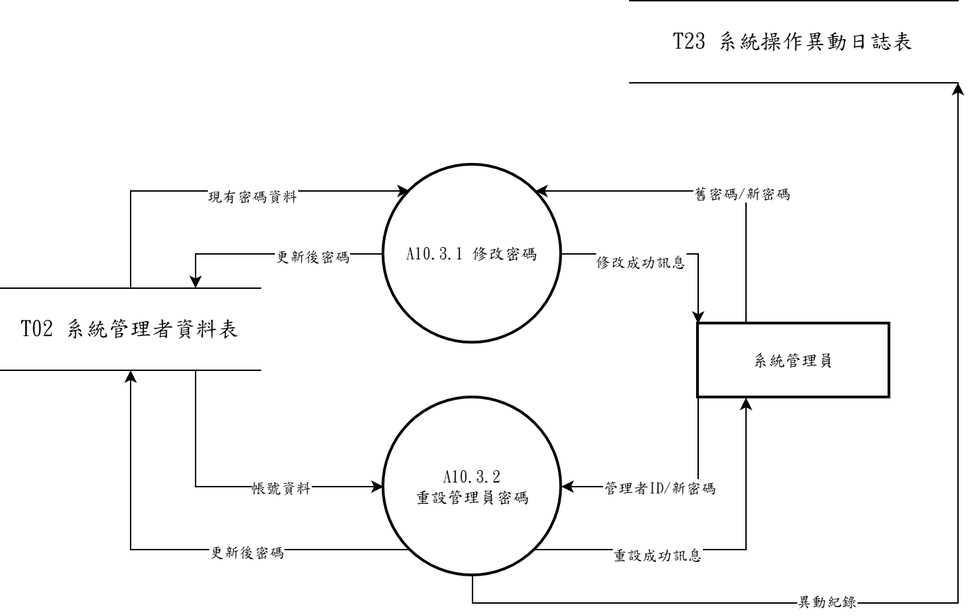
Before: 系統文件/第6章/DFD圖/圖10/新/圖10.3.drawio.png, a diagram exported from draw.io (s22452007/115502). Source tidied: cells renumbered, new cells last; positions are measured from the earlier drawing's top-left corner, leaving out a move shared by most shapes. The source it was exported from:
```xml
<mxGraphModel>
  <root>
    <mxCell id="0" />
    <mxCell id="1" parent="0" />
    <mxCell id="2" style="edgeStyle=orthogonalEdgeStyle;rounded=0;jettySize=auto;html=1;exitX=1;exitY=0.5;exitDx=0;exitDy=0;entryX=0;entryY=0;entryDx=0;entryDy=0;fontFamily=標楷體;" parent="1" edge="1" source="6" target="11">
      <mxGeometry relative="1" as="geometry" />
    </mxCell>
    <mxCell id="3" value="修改成功訊息" style="edgeLabel;html=1;align=center;verticalAlign=middle;fontFamily=標楷體;" parent="2" vertex="1">
      <mxGeometry x="-0.24" y="-5" relative="1" as="geometry" />
    </mxCell>
    <mxCell id="4" style="edgeStyle=orthogonalEdgeStyle;rounded=0;jettySize=auto;html=1;exitX=0;exitY=0.5;exitDx=0;exitDy=0;entryX=0.75;entryY=0;entryDx=0;entryDy=0;fontFamily=標楷體;" parent="1" edge="1" source="6" target="19">
      <mxGeometry relative="1" as="geometry" />
    </mxCell>
    <mxCell id="5" value="更新後密碼" style="edgeLabel;html=1;align=center;verticalAlign=middle;fontFamily=標楷體;" parent="4" vertex="1">
      <mxGeometry x="-0.35" y="1" relative="1" as="geometry" />
    </mxCell>
    <mxCell id="6" value="A10.3.1 修改密碼" style="ellipse;strokeWidth=2;whiteSpace=wrap;fontFamily=標楷體;" parent="1" vertex="1">
      <mxGeometry x="280" y="120" width="130" height="130" as="geometry" />
    </mxCell>
    <mxCell id="7" style="edgeStyle=orthogonalEdgeStyle;rounded=0;jettySize=auto;html=1;exitX=0.25;exitY=0;exitDx=0;exitDy=0;entryX=1;entryY=0;entryDx=0;entryDy=0;fontFamily=標楷體;" parent="1" edge="1" source="11" target="6">
      <mxGeometry relative="1" as="geometry" />
    </mxCell>
    <mxCell id="8" value="舊密碼/新密碼" style="edgeLabel;html=1;align=center;verticalAlign=middle;fontFamily=標楷體;" parent="7" vertex="1">
      <mxGeometry x="-0.2" y="1" relative="1" as="geometry" />
    </mxCell>
    <mxCell id="9" style="edgeStyle=orthogonalEdgeStyle;rounded=0;jettySize=auto;html=1;exitX=0;exitY=1;exitDx=0;exitDy=0;entryX=1;entryY=0.5;entryDx=0;entryDy=0;fontFamily=標楷體;" parent="1" edge="1" source="11" target="24">
      <mxGeometry relative="1" as="geometry" />
    </mxCell>
    <mxCell id="10" value="管理者ID/新密碼" style="edgeLabel;html=1;align=center;verticalAlign=middle;fontFamily=標楷體;" parent="9" vertex="1">
      <mxGeometry x="0.15" relative="1" as="geometry">
        <mxPoint x="1" as="offset" />
      </mxGeometry>
    </mxCell>
    <mxCell id="11" value="系統管理員" style="whiteSpace=wrap;strokeWidth=2;fontFamily=標楷體;" parent="1" vertex="1">
      <mxGeometry x="510" y="236" width="140" height="54" as="geometry" />
    </mxCell>
    <mxCell id="12" style="edgeStyle=orthogonalEdgeStyle;rounded=0;jettySize=auto;html=1;entryX=1;entryY=1;entryDx=0;entryDy=0;exitX=0.5;exitY=1;exitDx=0;exitDy=0;fontFamily=標楷體;" parent="1" edge="1" source="24" target="14">
      <mxGeometry relative="1" as="geometry" />
    </mxCell>
    <mxCell id="13" value="異動紀錄" style="edgeLabel;html=1;align=center;verticalAlign=middle;fontFamily=標楷體;" parent="12" vertex="1">
      <mxGeometry x="-0.26" y="2" relative="1" as="geometry" />
    </mxCell>
    <mxCell id="14" value="&lt;span lang=&quot;EN-US&quot; style=&quot;font-size: 12pt;&quot;&gt;T23&amp;nbsp;&lt;/span&gt;&lt;span style=&quot;font-size: 12pt;&quot;&gt;系統操作異動日誌表&lt;/span&gt;" style="shape=partialRectangle;whiteSpace=wrap;html=1;left=0;right=0;fontFamily=標楷體;" parent="1" vertex="1">
      <mxGeometry x="460" width="240" height="60" as="geometry" />
    </mxCell>
    <mxCell id="15" style="edgeStyle=orthogonalEdgeStyle;rounded=0;jettySize=auto;html=1;exitX=0.5;exitY=0;exitDx=0;exitDy=0;entryX=0;entryY=0;entryDx=0;entryDy=0;fontFamily=標楷體;" parent="1" edge="1" source="19" target="6">
      <mxGeometry relative="1" as="geometry" />
    </mxCell>
    <mxCell id="16" value="現有密碼資料" style="edgeLabel;html=1;align=center;verticalAlign=middle;fontFamily=標楷體;" parent="15" vertex="1">
      <mxGeometry x="0.36" y="-3" relative="1" as="geometry">
        <mxPoint x="-27" as="offset" />
      </mxGeometry>
    </mxCell>
    <mxCell id="17" style="edgeStyle=orthogonalEdgeStyle;rounded=0;jettySize=auto;html=1;exitX=0.75;exitY=1;exitDx=0;exitDy=0;entryX=0;entryY=0.5;entryDx=0;entryDy=0;fontFamily=標楷體;" parent="1" edge="1" source="19" target="24">
      <mxGeometry relative="1" as="geometry" />
    </mxCell>
    <mxCell id="18" value="帳號資料" style="edgeLabel;html=1;align=center;verticalAlign=middle;fontFamily=標楷體;" parent="17" vertex="1">
      <mxGeometry x="0.32" relative="1" as="geometry" />
    </mxCell>
    <mxCell id="19" value="&lt;span lang=&quot;EN-US&quot; style=&quot;font-size: 12pt;&quot;&gt;T02&amp;nbsp;&lt;/span&gt;&lt;span style=&quot;font-size: 12pt;&quot;&gt;系統管理者資料表&lt;/span&gt;" style="shape=partialRectangle;whiteSpace=wrap;html=1;left=0;right=0;fontFamily=標楷體;" parent="1" vertex="1">
      <mxGeometry y="210" width="190" height="60" as="geometry" />
    </mxCell>
    <mxCell id="20" style="edgeStyle=orthogonalEdgeStyle;rounded=0;jettySize=auto;html=1;exitX=1;exitY=1;exitDx=0;exitDy=0;entryX=0.25;entryY=1;entryDx=0;entryDy=0;fontFamily=標楷體;" parent="1" edge="1" source="24" target="11">
      <mxGeometry relative="1" as="geometry" />
    </mxCell>
    <mxCell id="21" value="重設成功訊息" style="edgeLabel;html=1;align=center;verticalAlign=middle;fontFamily=標楷體;" parent="20" vertex="1">
      <mxGeometry x="-0.33" y="-4" relative="1" as="geometry" />
    </mxCell>
    <mxCell id="22" style="edgeStyle=orthogonalEdgeStyle;rounded=0;jettySize=auto;html=1;exitX=0;exitY=1;exitDx=0;exitDy=0;entryX=0.5;entryY=1;entryDx=0;entryDy=0;fontFamily=標楷體;" parent="1" edge="1" source="24" target="19">
      <mxGeometry relative="1" as="geometry" />
    </mxCell>
    <mxCell id="23" value="更新後密碼" style="edgeLabel;html=1;align=center;verticalAlign=middle;fontFamily=標楷體;" parent="22" vertex="1">
      <mxGeometry x="-0.29" y="2" relative="1" as="geometry">
        <mxPoint x="-1" as="offset" />
      </mxGeometry>
    </mxCell>
    <mxCell id="24" value="A10.3.2&#10;重設管理員密碼" style="ellipse;strokeWidth=2;whiteSpace=wrap;fontFamily=標楷體;" parent="1" vertex="1">
      <mxGeometry x="280" y="290" width="130" height="130" as="geometry" />
    </mxCell>
  </root>
</mxGraphModel>
```
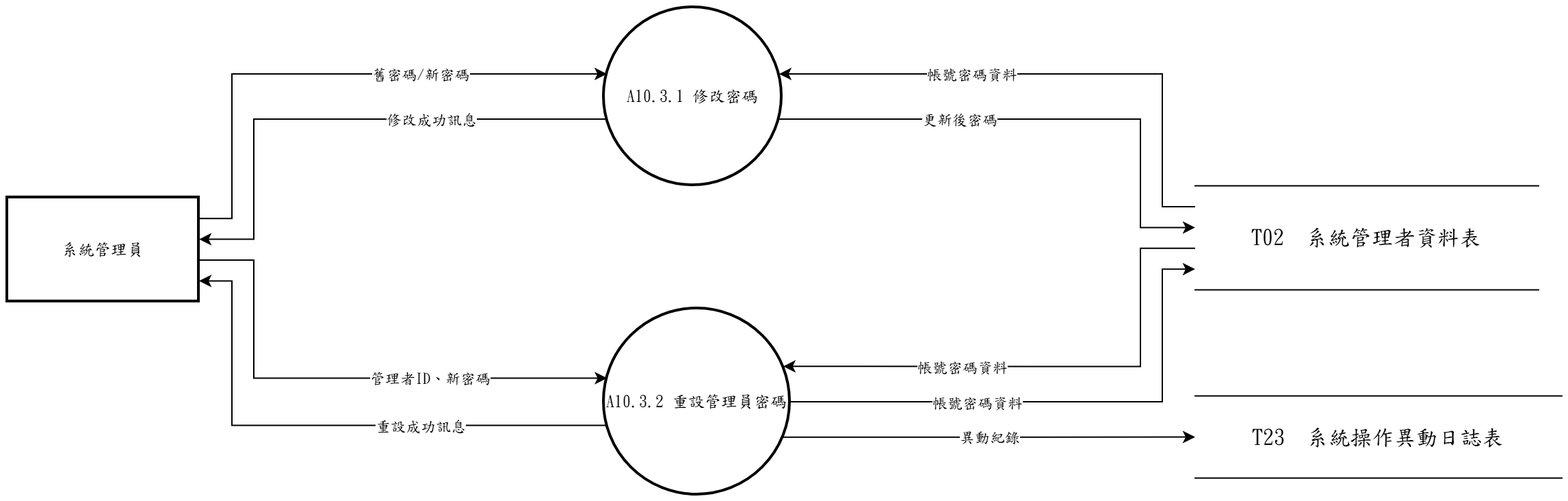
After the change.

Diff of the diagram source:
```diff
@@ -1,81 +1,115 @@
 <mxGraphModel>
   <root>
-    <mxCell id="0" />
-    <mxCell id="1" parent="0" />
+    <mxCell id="25" />
+    <mxCell id="26" parent="25" />
+    <mxCell id="6" value="A10.3.1 修改密碼" style="ellipse;strokeWidth=2;whiteSpace=wrap;html=1;fontFamily=標楷體;" parent="26" vertex="1">
+      <mxGeometry x="-24" y="-150" width="130" height="130" as="geometry" />
+    </mxCell>
+    <mxCell id="24" value="A10.3.2 重設管理員密碼" style="ellipse;strokeWidth=2;whiteSpace=wrap;html=1;fontFamily=標楷體;" parent="26" vertex="1">
+      <mxGeometry x="-24" y="70" width="136" height="136" as="geometry" />
+    </mxCell>
+    <mxCell id="11" value="系統管理員" style="whiteSpace=wrap;strokeWidth=2;html=1;fontFamily=標楷體;" parent="26" vertex="1">
+      <mxGeometry x="-460" y="-11.1" width="140" height="76" as="geometry" />
+    </mxCell>
+    <mxCell id="19" value="T02  系統管理者資料表" style="shape=partialRectangle;whiteSpace=wrap;html=1;left=0;right=0;fontFamily=標楷體;fontSize=16;" parent="26" vertex="1">
+      <mxGeometry x="408" y="-19.7" width="251" height="76" as="geometry" />
+    </mxCell>
+    <mxCell id="14" value="T23  系統操作異動日誌表" style="shape=partialRectangle;whiteSpace=wrap;html=1;left=0;right=0;fontFamily=標楷體;fontSize=16;" parent="26" vertex="1">
+      <mxGeometry x="408" y="133.8" width="268" height="60" as="geometry" />
+    </mxCell>
+    <mxCell id="7" style="edgeStyle=none;rounded=0;html=1;fontFamily=標楷體;endArrow=classic;exitX=1.0000;exitY=0.2000;exitDx=0;exitDy=0;exitPerimeter=0;entryX=0.0163;entryY=0.3733;entryDx=0;entryDy=0;entryPerimeter=0;" parent="26" edge="1" source="11" target="6">
+      <mxGeometry relative="1" as="geometry">
+        <Array as="points">
+          <mxPoint x="-296" y="4.1" />
+          <mxPoint x="-296" y="-101.5" />
+        </Array>
+      </mxGeometry>
+    </mxCell>
+    <mxCell id="8" value="舊密碼/新密碼" style="edgeLabel;html=1;align=center;verticalAlign=middle;fontFamily=標楷體;" parent="7" vertex="1">
+      <mxGeometry x="0.32" relative="1" as="geometry" />
+    </mxCell>
+    <mxCell id="15" style="edgeStyle=none;rounded=0;html=1;fontFamily=標楷體;endArrow=classic;exitX=0.0000;exitY=0.2000;exitDx=0;exitDy=0;exitPerimeter=0;entryX=0.9837;entryY=0.3733;entryDx=0;entryDy=0;entryPerimeter=0;" parent="26" edge="1" source="19" target="6">
+      <mxGeometry relative="1" as="geometry">
+        <Array as="points">
+          <mxPoint x="384" y="-4.5" />
+          <mxPoint x="384" y="-101.5" />
+        </Array>
+      </mxGeometry>
+    </mxCell>
+    <mxCell id="27" value="帳號密碼資料" style="edgeLabel;html=1;align=center;verticalAlign=middle;fontFamily=標楷體;" parent="15" vertex="1">
+      <mxGeometry x="0.3" relative="1" as="geometry" />
+    </mxCell>
-    <mxCell id="2" style="edgeStyle=orthogonalEdgeStyle;rounded=0;jettySize=auto;html=1;exitX=1;exitY=0.5;exitDx=0;exitDy=0;entryX=0;entryY=0;entryDx=0;entryDy=0;fontFamily=標楷體;" parent="1" edge="1" source="6" target="11">
-      <mxGeometry relative="1" as="geometry" />
+    <mxCell id="2" style="edgeStyle=none;rounded=0;html=1;fontFamily=標楷體;endArrow=classic;exitX=0.0163;exitY=0.6267;exitDx=0;exitDy=0;exitPerimeter=0;entryX=1.0000;entryY=0.4000;entryDx=0;entryDy=0;entryPerimeter=0;" parent="26" edge="1" source="6" target="11">
+      <mxGeometry relative="1" as="geometry">
+        <Array as="points">
+          <mxPoint x="-280" y="-68.5" />
+          <mxPoint x="-280" y="19.3" />
+        </Array>
+      </mxGeometry>
     </mxCell>
     <mxCell id="3" value="修改成功訊息" style="edgeLabel;html=1;align=center;verticalAlign=middle;fontFamily=標楷體;" parent="2" vertex="1">
-      <mxGeometry x="-0.24" y="-5" relative="1" as="geometry" />
+      <mxGeometry x="-0.33" relative="1" as="geometry" />
     </mxCell>
-    <mxCell id="4" style="edgeStyle=orthogonalEdgeStyle;rounded=0;jettySize=auto;html=1;exitX=0;exitY=0.5;exitDx=0;exitDy=0;entryX=0.75;entryY=0;entryDx=0;entryDy=0;fontFamily=標楷體;" parent="1" edge="1" source="6" target="19">
-      <mxGeometry relative="1" as="geometry" />
+    <mxCell id="4" style="edgeStyle=none;rounded=0;html=1;fontFamily=標楷體;endArrow=classic;exitX=0.9837;exitY=0.6267;exitDx=0;exitDy=0;exitPerimeter=0;entryX=0.0000;entryY=0.4000;entryDx=0;entryDy=0;entryPerimeter=0;" parent="26" edge="1" source="6" target="19">
+      <mxGeometry relative="1" as="geometry">
+        <Array as="points">
+          <mxPoint x="368" y="-68.5" />
+          <mxPoint x="368" y="10.7" />
+        </Array>
+      </mxGeometry>
     </mxCell>
-    <mxCell id="5" value="更新後密碼" style="edgeLabel;html=1;align=center;verticalAlign=middle;fontFamily=標楷體;" parent="4" vertex="1">
-      <mxGeometry x="-0.35" y="1" relative="1" as="geometry" />
-    </mxCell>
-    <mxCell id="6" value="A10.3.1 修改密碼" style="ellipse;strokeWidth=2;whiteSpace=wrap;fontFamily=標楷體;" parent="1" vertex="1">
-      <mxGeometry x="280" y="120" width="130" height="130" as="geometry" />
-    </mxCell>
-    <mxCell id="7" style="edgeStyle=orthogonalEdgeStyle;rounded=0;jettySize=auto;html=1;exitX=0.25;exitY=0;exitDx=0;exitDy=0;entryX=1;entryY=0;entryDx=0;entryDy=0;fontFamily=標楷體;" parent="1" edge="1" source="11" target="6">
-      <mxGeometry relative="1" as="geometry" />
-    </mxCell>
-    <mxCell id="8" value="舊密碼/新密碼" style="edgeLabel;html=1;align=center;verticalAlign=middle;fontFamily=標楷體;" parent="7" vertex="1">
-      <mxGeometry x="-0.2" y="1" relative="1" as="geometry" />
-    </mxCell>
+    <mxCell id="28" value="更新後密碼" style="edgeLabel;html=1;align=center;verticalAlign=middle;fontFamily=標楷體;" parent="4" vertex="1">
+      <mxGeometry x="-0.31" relative="1" as="geometry" />
+    </mxCell>
-    <mxCell id="9" style="edgeStyle=orthogonalEdgeStyle;rounded=0;jettySize=auto;html=1;exitX=0;exitY=1;exitDx=0;exitDy=0;entryX=1;entryY=0.5;entryDx=0;entryDy=0;fontFamily=標楷體;" parent="1" edge="1" source="11" target="24">
-      <mxGeometry relative="1" as="geometry" />
+    <mxCell id="9" style="edgeStyle=none;rounded=0;html=1;fontFamily=標楷體;endArrow=classic;exitX=1.0000;exitY=0.6000;exitDx=0;exitDy=0;exitPerimeter=0;entryX=0.0163;entryY=0.3733;entryDx=0;entryDy=0;entryPerimeter=0;" parent="26" edge="1" source="11" target="24">
+      <mxGeometry relative="1" as="geometry">
+        <Array as="points">
+          <mxPoint x="-280" y="34.5" />
+          <mxPoint x="-280" y="120.8" />
+        </Array>
+      </mxGeometry>
     </mxCell>
-    <mxCell id="10" value="管理者ID/新密碼" style="edgeLabel;html=1;align=center;verticalAlign=middle;fontFamily=標楷體;" parent="9" vertex="1">
-      <mxGeometry x="0.15" relative="1" as="geometry">
-        <mxPoint x="1" as="offset" />
-      </mxGeometry>
-    </mxCell>
-    <mxCell id="11" value="系統管理員" style="whiteSpace=wrap;strokeWidth=2;fontFamily=標楷體;" parent="1" vertex="1">
-      <mxGeometry x="510" y="236" width="140" height="54" as="geometry" />
-    </mxCell>
-    <mxCell id="12" style="edgeStyle=orthogonalEdgeStyle;rounded=0;jettySize=auto;html=1;entryX=1;entryY=1;entryDx=0;entryDy=0;exitX=0.5;exitY=1;exitDx=0;exitDy=0;fontFamily=標楷體;" parent="1" edge="1" source="24" target="14">
-      <mxGeometry relative="1" as="geometry" />
-    </mxCell>
-    <mxCell id="13" value="異動紀錄" style="edgeLabel;html=1;align=center;verticalAlign=middle;fontFamily=標楷體;" parent="12" vertex="1">
-      <mxGeometry x="-0.26" y="2" relative="1" as="geometry" />
-    </mxCell>
-    <mxCell id="14" value="&lt;span lang=&quot;EN-US&quot; style=&quot;font-size: 12pt;&quot;&gt;T23&amp;nbsp;&lt;/span&gt;&lt;span style=&quot;font-size: 12pt;&quot;&gt;系統操作異動日誌表&lt;/span&gt;" style="shape=partialRectangle;whiteSpace=wrap;html=1;left=0;right=0;fontFamily=標楷體;" parent="1" vertex="1">
-      <mxGeometry x="460" width="240" height="60" as="geometry" />
-    </mxCell>
-    <mxCell id="15" style="edgeStyle=orthogonalEdgeStyle;rounded=0;jettySize=auto;html=1;exitX=0.5;exitY=0;exitDx=0;exitDy=0;entryX=0;entryY=0;entryDx=0;entryDy=0;fontFamily=標楷體;" parent="1" edge="1" source="19" target="6">
-      <mxGeometry relative="1" as="geometry" />
-    </mxCell>
-    <mxCell id="16" value="現有密碼資料" style="edgeLabel;html=1;align=center;verticalAlign=middle;fontFamily=標楷體;" parent="15" vertex="1">
-      <mxGeometry x="0.36" y="-3" relative="1" as="geometry">
-        <mxPoint x="-27" as="offset" />
-      </mxGeometry>
-    </mxCell>
+    <mxCell id="29" value="管理者ID、新密碼" style="edgeLabel;html=1;align=center;verticalAlign=middle;fontFamily=標楷體;" parent="9" vertex="1">
+      <mxGeometry x="0.33" relative="1" as="geometry" />
+    </mxCell>
-    <mxCell id="17" style="edgeStyle=orthogonalEdgeStyle;rounded=0;jettySize=auto;html=1;exitX=0.75;exitY=1;exitDx=0;exitDy=0;entryX=0;entryY=0.5;entryDx=0;entryDy=0;fontFamily=標楷體;" parent="1" edge="1" source="19" target="24">
-      <mxGeometry relative="1" as="geometry" />
+    <mxCell id="17" style="edgeStyle=none;rounded=0;html=1;fontFamily=標楷體;endArrow=classic;exitX=0.0000;exitY=0.6000;exitDx=0;exitDy=0;exitPerimeter=0;entryX=0.9625;entryY=0.3100;entryDx=0;entryDy=0;entryPerimeter=0;" parent="26" edge="1" source="19" target="24">
+      <mxGeometry relative="1" as="geometry">
+        <Array as="points">
+          <mxPoint x="368" y="25.9" />
+          <mxPoint x="368" y="112.2" />
+        </Array>
+      </mxGeometry>
     </mxCell>
-    <mxCell id="18" value="帳號資料" style="edgeLabel;html=1;align=center;verticalAlign=middle;fontFamily=標楷體;" parent="17" vertex="1">
-      <mxGeometry x="0.32" relative="1" as="geometry" />
-    </mxCell>
-    <mxCell id="19" value="&lt;span lang=&quot;EN-US&quot; style=&quot;font-size: 12pt;&quot;&gt;T02&amp;nbsp;&lt;/span&gt;&lt;span style=&quot;font-size: 12pt;&quot;&gt;系統管理者資料表&lt;/span&gt;" style="shape=partialRectangle;whiteSpace=wrap;html=1;left=0;right=0;fontFamily=標楷體;" parent="1" vertex="1">
-      <mxGeometry y="210" width="190" height="60" as="geometry" />
-    </mxCell>
+    <mxCell id="30" value="帳號密碼資料" style="edgeLabel;html=1;align=center;verticalAlign=middle;fontFamily=標楷體;" parent="17" vertex="1">
+      <mxGeometry x="0.33" relative="1" as="geometry" />
+    </mxCell>
-    <mxCell id="20" style="edgeStyle=orthogonalEdgeStyle;rounded=0;jettySize=auto;html=1;exitX=1;exitY=1;exitDx=0;exitDy=0;entryX=0.25;entryY=1;entryDx=0;entryDy=0;fontFamily=標楷體;" parent="1" edge="1" source="24" target="11">
-      <mxGeometry relative="1" as="geometry" />
+    <mxCell id="20" style="edgeStyle=none;rounded=0;html=1;fontFamily=標楷體;endArrow=classic;exitX=0.0163;exitY=0.6267;exitDx=0;exitDy=0;exitPerimeter=0;entryX=1.0000;entryY=0.8000;entryDx=0;entryDy=0;entryPerimeter=0;" parent="26" edge="1" source="24" target="11">
+      <mxGeometry relative="1" as="geometry">
+        <Array as="points">
+          <mxPoint x="-296" y="155.2" />
+          <mxPoint x="-296" y="49.7" />
+        </Array>
+      </mxGeometry>
     </mxCell>
     <mxCell id="21" value="重設成功訊息" style="edgeLabel;html=1;align=center;verticalAlign=middle;fontFamily=標楷體;" parent="20" vertex="1">
-      <mxGeometry x="-0.33" y="-4" relative="1" as="geometry" />
+      <mxGeometry x="-0.32" relative="1" as="geometry" />
     </mxCell>
-    <mxCell id="22" style="edgeStyle=orthogonalEdgeStyle;rounded=0;jettySize=auto;html=1;exitX=0;exitY=1;exitDx=0;exitDy=0;entryX=0.5;entryY=1;entryDx=0;entryDy=0;fontFamily=標楷體;" parent="1" edge="1" source="24" target="19">
-      <mxGeometry relative="1" as="geometry" />
+    <mxCell id="22" style="edgeStyle=none;rounded=0;html=1;fontFamily=標楷體;endArrow=classic;exitX=1.0000;exitY=0.5000;exitDx=0;exitDy=0;exitPerimeter=0;entryX=0.0000;entryY=0.8000;entryDx=0;entryDy=0;entryPerimeter=0;" parent="26" edge="1" source="24" target="19">
+      <mxGeometry relative="1" as="geometry">
+        <Array as="points">
+          <mxPoint x="384" y="138" />
+          <mxPoint x="384" y="41.1" />
+        </Array>
+      </mxGeometry>
     </mxCell>
-    <mxCell id="23" value="更新後密碼" style="edgeLabel;html=1;align=center;verticalAlign=middle;fontFamily=標楷體;" parent="22" vertex="1">
-      <mxGeometry x="-0.29" y="2" relative="1" as="geometry">
-        <mxPoint x="-1" as="offset" />
-      </mxGeometry>
-    </mxCell>
-    <mxCell id="24" value="A10.3.2&#10;重設管理員密碼" style="ellipse;strokeWidth=2;whiteSpace=wrap;fontFamily=標楷體;" parent="1" vertex="1">
-      <mxGeometry x="280" y="290" width="130" height="130" as="geometry" />
-    </mxCell>
+    <mxCell id="31" value="帳號密碼資料" style="edgeLabel;html=1;align=center;verticalAlign=middle;fontFamily=標楷體;" parent="22" vertex="1">
+      <mxGeometry x="-0.31" relative="1" as="geometry" />
+    </mxCell>
+    <mxCell id="12" style="edgeStyle=none;rounded=0;html=1;fontFamily=標楷體;endArrow=classic;exitX=0.9625;exitY=0.6900;exitDx=0;exitDy=0;exitPerimeter=0;entryX=0.0000;entryY=0.5000;entryDx=0;entryDy=0;entryPerimeter=0;" parent="26" edge="1" source="24" target="14">
+      <mxGeometry relative="1" as="geometry" />
+    </mxCell>
+    <mxCell id="13" value="異動紀錄" style="edgeLabel;html=1;align=center;verticalAlign=middle;fontFamily=標楷體;" parent="12" vertex="1">
+      <mxGeometry relative="1" as="geometry" />
+    </mxCell>
   </root>
 </mxGraphModel>
```
